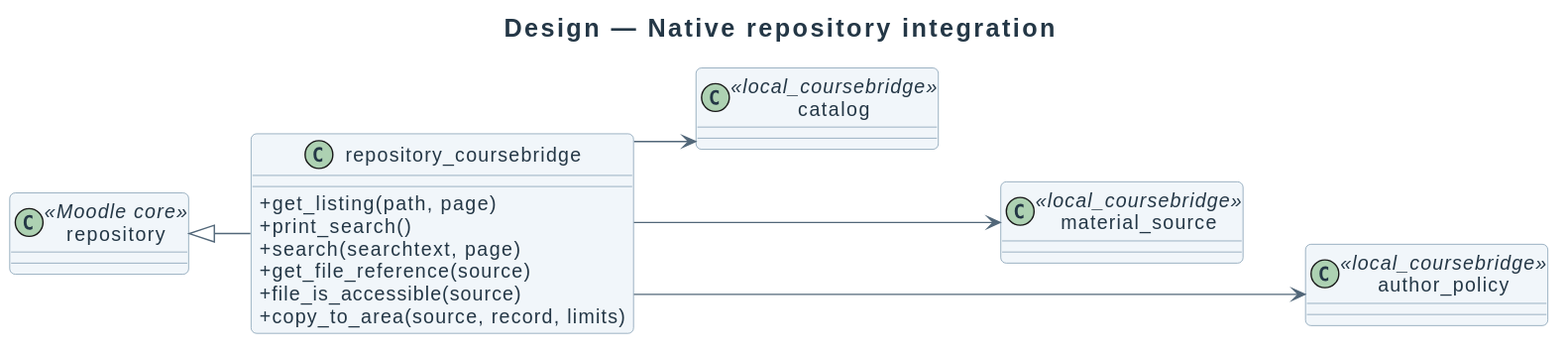
didactika/moodle-repository_coursefiles keeps this PlantUML diagram as docs/diagrams/design-classes.svg. Above is the earlier version. Its diagram source:
```plantuml
@startuml
!include _style.puml
title Design — Native repository integration
left to right direction
class repository <<Moodle core>>
class repository_coursebridge {
  + get_listing(path, page)
  + print_search()
  + search(searchtext, page)
  + get_file_reference(source)
  + file_is_accessible(source)
  + copy_to_area(source, record, limits)
}
class catalog <<local_coursebridge>>
class material_source <<local_coursebridge>>
class author_policy <<local_coursebridge>>
repository <|-- repository_coursebridge
repository_coursebridge --> catalog
repository_coursebridge --> material_source
repository_coursebridge --> author_policy
catalog -[hidden]down-> material_source
material_source -[hidden]down-> author_policy
@enduml
```
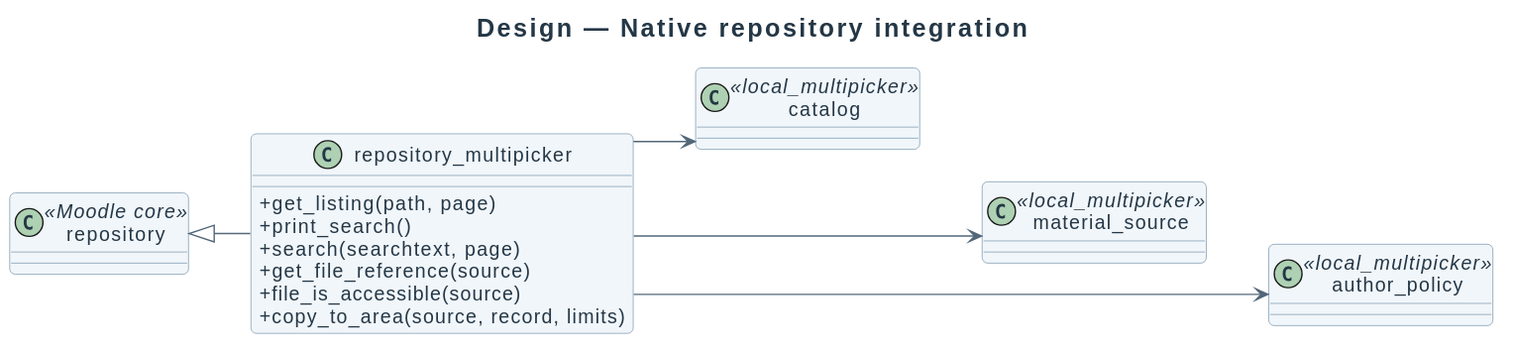
Above is the later version.

What changed in the source:
```diff
@@ -3,7 +3,7 @@
 title Design — Native repository integration
 left to right direction
 class repository <<Moodle core>>
-class repository_coursebridge {
+class repository_multipicker {
   + get_listing(path, page)
   + print_search()
   + search(searchtext, page)
@@ -11,13 +11,13 @@
   + file_is_accessible(source)
   + copy_to_area(source, record, limits)
 }
-class catalog <<local_coursebridge>>
-class material_source <<local_coursebridge>>
-class author_policy <<local_coursebridge>>
-repository <|-- repository_coursebridge
-repository_coursebridge --> catalog
-repository_coursebridge --> material_source
-repository_coursebridge --> author_policy
+class catalog <<local_multipicker>>
+class material_source <<local_multipicker>>
+class author_policy <<local_multipicker>>
+repository <|-- repository_multipicker
+repository_multipicker --> catalog
+repository_multipicker --> material_source
+repository_multipicker --> author_policy
 catalog -[hidden]down-> material_source
 material_source -[hidden]down-> author_policy
 @enduml
```
